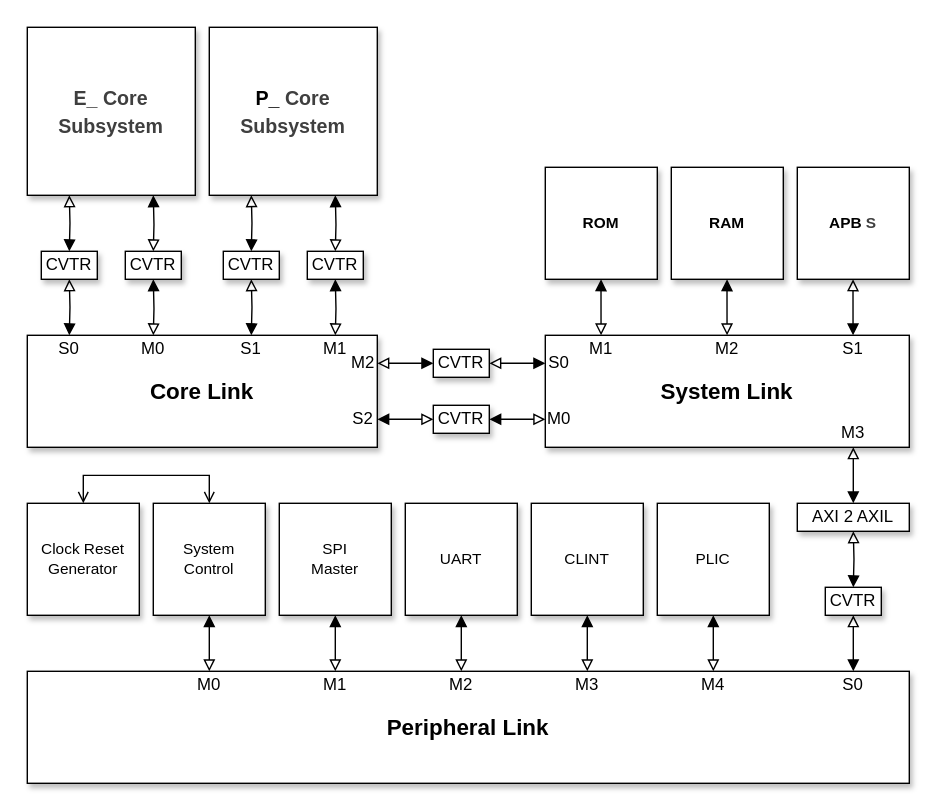
The draw.io diagram document/svg/detailed_architecture.drawio.svg in TecknozBD/Hyper-Titan, before a commit. Source tidied: cells renumbered, new cells last; positions are measured from the earlier drawing's top-left corner, leaving out a move shared by most shapes.
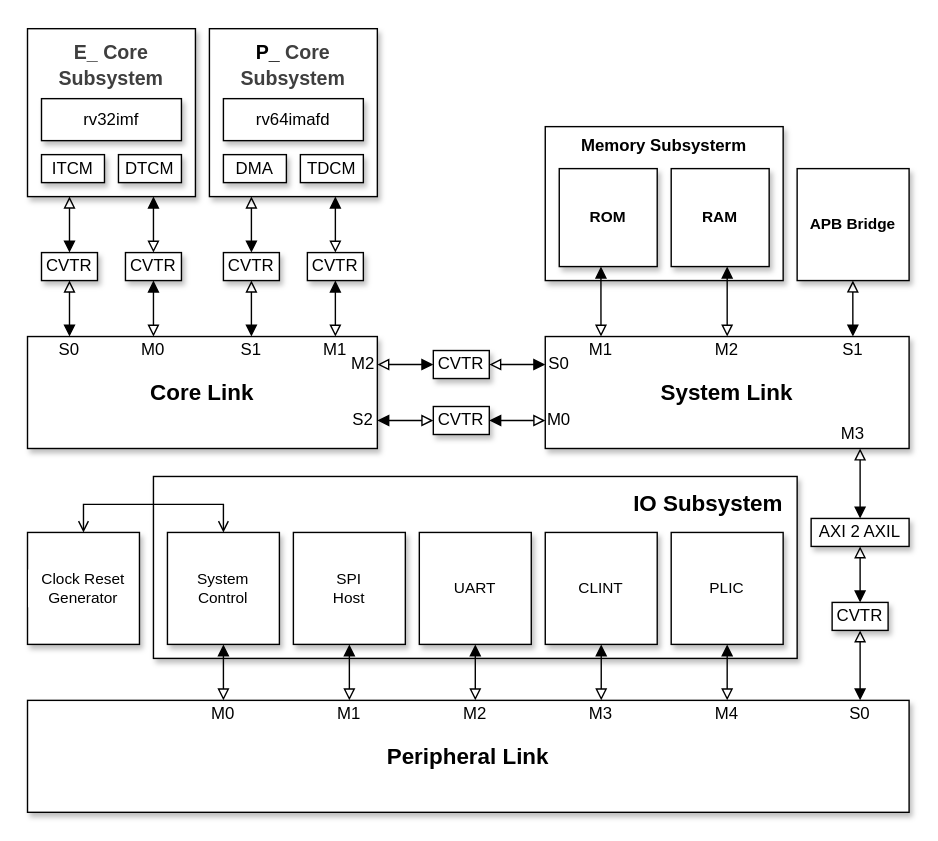
Later version of the same file.

What changed in the source:
```diff
@@ -5,5 +5,11 @@
     <mxCell id="2" style="rounded=0;whiteSpace=wrap;html=1;fontFamily=Helvetica;fontSize=11;fontColor=default;labelBackgroundColor=default;strokeColor=none;" parent="1" vertex="1">
-      <mxGeometry width="670" height="580" as="geometry" />
+      <mxGeometry width="670" height="600" as="geometry" />
     </mxCell>
     <mxCell id="3" value="Main" parent="0" />
+    <mxCell id="68" value="IO Subsystem" style="whiteSpace=wrap;html=1;shadow=1;fontStyle=1;verticalAlign=top;fontSize=16;align=right;spacing=0;spacingTop=5;spacingRight=10;" parent="3" vertex="1">
+      <mxGeometry x="110" y="340" width="460" height="130" as="geometry" />
+    </mxCell>
+    <mxCell id="69" value="Memory Subsysterm" style="whiteSpace=wrap;html=1;fontStyle=1;verticalAlign=top;shadow=1;" parent="3" vertex="1">
+      <mxGeometry x="390" y="90" width="170" height="110" as="geometry" />
+    </mxCell>
     <mxCell id="4" value="Core Link" style="rounded=0;whiteSpace=wrap;html=1;fontFamily=Helvetica;fontSize=16;fontColor=default;labelBackgroundColor=default;fontStyle=1;shadow=1;" parent="3" vertex="1">
@@ -11,6 +17,6 @@
     </mxCell>
-    <mxCell id="5" value="&lt;div style=&quot;color: rgb(63, 63, 63); scrollbar-color: rgb(226, 226, 226) rgb(251, 251, 251); font-size: 16px;&quot;&gt;&lt;span style=&quot;color: rgb(63, 63, 63); scrollbar-color: rgb(226, 226, 226) rgb(251, 251, 251); font-size: 14px;&quot;&gt;E_&lt;/span&gt;&lt;span style=&quot;scrollbar-color: rgb(226, 226, 226) rgb(251, 251, 251); font-size: 14px; background-color: transparent; color: rgb(63, 63, 63);&quot;&gt;Core&lt;/span&gt;&lt;/div&gt;&lt;div style=&quot;color: rgb(63, 63, 63); scrollbar-color: rgb(226, 226, 226) rgb(251, 251, 251); font-size: 16px;&quot;&gt;&lt;span style=&quot;scrollbar-color: rgb(226, 226, 226) rgb(251, 251, 251); font-size: 14px; background-color: transparent; color: rgb(63, 63, 63);&quot;&gt;Subsystem&lt;/span&gt;&lt;/div&gt;" style="rounded=0;whiteSpace=wrap;html=1;fontStyle=1;fontSize=13;shadow=1;" parent="3" vertex="1">
+    <mxCell id="5" value="&lt;div style=&quot;color: rgb(63, 63, 63); scrollbar-color: rgb(226, 226, 226) rgb(251, 251, 251); font-size: 16px;&quot;&gt;&lt;span style=&quot;color: rgb(63, 63, 63); scrollbar-color: rgb(226, 226, 226) rgb(251, 251, 251); font-size: 14px;&quot;&gt;E_&lt;/span&gt;&lt;span style=&quot;scrollbar-color: rgb(226, 226, 226) rgb(251, 251, 251); font-size: 14px; background-color: transparent; color: rgb(63, 63, 63);&quot;&gt;Core&lt;/span&gt;&lt;/div&gt;&lt;div style=&quot;color: rgb(63, 63, 63); scrollbar-color: rgb(226, 226, 226) rgb(251, 251, 251); font-size: 16px;&quot;&gt;&lt;span style=&quot;scrollbar-color: rgb(226, 226, 226) rgb(251, 251, 251); font-size: 14px; background-color: transparent; color: rgb(63, 63, 63);&quot;&gt;Subsystem&lt;/span&gt;&lt;/div&gt;" style="rounded=0;whiteSpace=wrap;html=1;fontStyle=1;fontSize=13;shadow=1;verticalAlign=top;" parent="3" vertex="1">
       <mxGeometry x="20" y="20" width="120" height="120" as="geometry" />
     </mxCell>
-    <mxCell id="6" value="&lt;div&gt;&lt;span style=&quot;font-size: 14px;&quot;&gt;P_&lt;/span&gt;&lt;span style=&quot;color: rgb(63, 63, 63); font-size: 14px; background-color: transparent;&quot;&gt;Core&lt;/span&gt;&lt;/div&gt;&lt;div&gt;&lt;span style=&quot;color: rgb(63, 63, 63); font-size: 14px; background-color: transparent;&quot;&gt;Subsystem&lt;/span&gt;&lt;/div&gt;" style="rounded=0;whiteSpace=wrap;html=1;fontStyle=1;fontSize=16;shadow=1;" parent="3" vertex="1">
+    <mxCell id="6" value="&lt;div&gt;&lt;span style=&quot;font-size: 14px;&quot;&gt;P_&lt;/span&gt;&lt;span style=&quot;color: rgb(63, 63, 63); font-size: 14px; background-color: transparent;&quot;&gt;Core&lt;/span&gt;&lt;/div&gt;&lt;div&gt;&lt;span style=&quot;color: rgb(63, 63, 63); font-size: 14px; background-color: transparent;&quot;&gt;Subsystem&lt;/span&gt;&lt;/div&gt;" style="rounded=0;whiteSpace=wrap;html=1;fontStyle=1;fontSize=16;shadow=1;verticalAlign=top;" parent="3" vertex="1">
       <mxGeometry x="150" y="20" width="120" height="120" as="geometry" />
@@ -29,3 +35,3 @@
     </mxCell>
-    <mxCell id="11" style="edgeStyle=orthogonalEdgeStyle;rounded=0;orthogonalLoop=1;jettySize=auto;html=1;endArrow=block;endFill=0;startArrow=block;startFill=1;" parent="3" edge="1">
+    <mxCell id="11" style="rounded=0;orthogonalLoop=1;jettySize=auto;html=1;endArrow=block;endFill=0;startArrow=block;startFill=1;" parent="3" edge="1">
       <mxGeometry relative="1" as="geometry">
@@ -35,3 +41,3 @@
     </mxCell>
-    <mxCell id="12" style="edgeStyle=orthogonalEdgeStyle;rounded=0;orthogonalLoop=1;jettySize=auto;html=1;endArrow=block;endFill=0;startArrow=block;startFill=1;" parent="3" edge="1">
+    <mxCell id="12" style="rounded=0;orthogonalLoop=1;jettySize=auto;html=1;endArrow=block;endFill=0;startArrow=block;startFill=1;" parent="3" edge="1">
       <mxGeometry relative="1" as="geometry">
@@ -42,11 +48,9 @@
     <mxCell id="13" value="RAM" style="rounded=0;whiteSpace=wrap;html=1;fontFamily=Helvetica;fontSize=11;fontColor=default;labelBackgroundColor=default;shadow=1;fontStyle=1;" parent="3" vertex="1">
-      <mxGeometry x="480" y="120" width="80" height="80" as="geometry" />
+      <mxGeometry x="480" y="120" width="70" height="70" as="geometry" />
     </mxCell>
-    <mxCell id="14" style="edgeStyle=orthogonalEdgeStyle;rounded=0;orthogonalLoop=1;jettySize=auto;html=1;endArrow=block;endFill=0;startArrow=block;startFill=1;" parent="3" edge="1">
+    <mxCell id="14" style="edgeStyle=orthogonalEdgeStyle;rounded=0;jettySize=auto;html=1;endArrow=block;endFill=0;startArrow=block;startFill=1;" parent="3" edge="1" source="13" target="10">
       <mxGeometry relative="1" as="geometry">
-        <mxPoint x="519.8" y="200" as="sourcePoint" />
-        <mxPoint x="519.8" y="240" as="targetPoint" />
         <Array as="points">
-          <mxPoint x="519.8" y="210" />
-          <mxPoint x="519.8" y="210" />
+          <mxPoint x="520" y="200" />
+          <mxPoint x="520" y="200" />
         </Array>
@@ -55,11 +59,9 @@
     <mxCell id="15" value="ROM" style="rounded=0;whiteSpace=wrap;html=1;fontFamily=Helvetica;fontSize=11;fontColor=default;labelBackgroundColor=default;shadow=1;fontStyle=1;" parent="3" vertex="1">
-      <mxGeometry x="390" y="120" width="80" height="80" as="geometry" />
+      <mxGeometry x="400" y="120" width="70" height="70" as="geometry" />
     </mxCell>
-    <mxCell id="16" style="edgeStyle=orthogonalEdgeStyle;rounded=0;orthogonalLoop=1;jettySize=auto;html=1;endArrow=block;endFill=0;startArrow=block;startFill=1;" parent="3" edge="1">
+    <mxCell id="16" style="edgeStyle=orthogonalEdgeStyle;rounded=0;jettySize=auto;html=1;endArrow=block;endFill=0;startArrow=block;startFill=1;" parent="3" edge="1" source="15">
       <mxGeometry relative="1" as="geometry">
-        <mxPoint x="429.8" y="200" as="sourcePoint" />
         <mxPoint x="429.8" y="240" as="targetPoint" />
         <Array as="points">
-          <mxPoint x="429.8" y="210" />
-          <mxPoint x="429.8" y="210" />
+          <mxPoint x="430" y="215" />
         </Array>
@@ -68,15 +70,8 @@
     <mxCell id="17" value="Peripheral Link" style="rounded=0;whiteSpace=wrap;html=1;fontFamily=Helvetica;fontSize=16;fontColor=default;labelBackgroundColor=default;fontStyle=1;shadow=1;" parent="3" vertex="1">
-      <mxGeometry x="20" y="480" width="630" height="80" as="geometry" />
+      <mxGeometry x="20" y="500" width="630" height="80" as="geometry" />
     </mxCell>
-    <mxCell id="18" style="edgeStyle=orthogonalEdgeStyle;rounded=0;orthogonalLoop=1;jettySize=auto;html=1;endArrow=block;endFill=0;startArrow=block;startFill=1;" parent="3" edge="1">
-      <mxGeometry relative="1" as="geometry">
-        <mxPoint x="610" y="360" as="sourcePoint" />
-        <mxPoint x="610" y="320" as="targetPoint" />
-        <Array as="points">
-          <mxPoint x="610" y="330" />
-          <mxPoint x="610" y="330" />
-        </Array>
-      </mxGeometry>
+    <mxCell id="18" style="rounded=0;jettySize=auto;html=1;endArrow=block;endFill=0;startArrow=block;startFill=1;entryX=0.75;entryY=1;entryDx=0;entryDy=0;" parent="3" edge="1" source="28" target="61">
+      <mxGeometry relative="1" as="geometry" />
     </mxCell>
-    <mxCell id="19" value="&lt;b&gt;APB&amp;nbsp;&lt;/b&gt;&lt;b style=&quot;color: rgb(63, 63, 63); background-color: light-dark(#ffffff, var(--ge-dark-color, #121212));&quot;&gt;S&lt;/b&gt;" style="rounded=0;whiteSpace=wrap;html=1;fontFamily=Helvetica;fontSize=11;fontColor=default;labelBackgroundColor=default;shadow=1;" parent="3" vertex="1">
+    <mxCell id="19" value="&lt;b&gt;APB Bridge&lt;/b&gt;" style="rounded=0;whiteSpace=wrap;html=1;fontFamily=Helvetica;fontSize=11;fontColor=default;labelBackgroundColor=default;shadow=1;" parent="3" vertex="1">
       <mxGeometry x="570" y="120" width="80" height="80" as="geometry" />
@@ -93,10 +88,10 @@
     </mxCell>
-    <mxCell id="21" value="SPI&lt;div&gt;Master&lt;/div&gt;" style="rounded=0;whiteSpace=wrap;html=1;fontFamily=Helvetica;fontSize=11;fontColor=default;labelBackgroundColor=default;shadow=1;" parent="3" vertex="1">
-      <mxGeometry x="200" y="360" width="80" height="80" as="geometry" />
+    <mxCell id="21" value="SPI&lt;div&gt;Host&lt;/div&gt;" style="rounded=0;whiteSpace=wrap;html=1;fontFamily=Helvetica;fontSize=11;fontColor=default;labelBackgroundColor=default;shadow=1;" parent="3" vertex="1">
+      <mxGeometry x="210" y="380" width="80" height="80" as="geometry" />
     </mxCell>
     <mxCell id="22" value="UART" style="rounded=0;whiteSpace=wrap;html=1;fontFamily=Helvetica;fontSize=11;fontColor=default;labelBackgroundColor=default;shadow=1;" parent="3" vertex="1">
-      <mxGeometry x="290" y="360" width="80" height="80" as="geometry" />
+      <mxGeometry x="300" y="380" width="80" height="80" as="geometry" />
     </mxCell>
     <mxCell id="23" value="Clock Reset Generator" style="rounded=0;whiteSpace=wrap;html=1;fontFamily=Helvetica;fontSize=11;fontColor=default;labelBackgroundColor=default;shadow=1;" parent="3" vertex="1">
-      <mxGeometry x="20" y="360" width="80" height="80" as="geometry" />
+      <mxGeometry x="20" y="380" width="80" height="80" as="geometry" />
     </mxCell>
@@ -104,7 +99,7 @@
       <mxGeometry relative="1" as="geometry">
-        <mxPoint x="240" y="440" as="sourcePoint" />
-        <mxPoint x="240" y="480" as="targetPoint" />
+        <mxPoint x="250" y="460" as="sourcePoint" />
+        <mxPoint x="250" y="500" as="targetPoint" />
         <Array as="points">
-          <mxPoint x="240" y="450" />
-          <mxPoint x="240" y="450" />
+          <mxPoint x="250" y="470" />
+          <mxPoint x="250" y="470" />
         </Array>
@@ -114,7 +109,7 @@
       <mxGeometry relative="1" as="geometry">
-        <mxPoint x="330" y="440" as="sourcePoint" />
-        <mxPoint x="330" y="480" as="targetPoint" />
+        <mxPoint x="340" y="460" as="sourcePoint" />
+        <mxPoint x="340" y="500" as="targetPoint" />
         <Array as="points">
-          <mxPoint x="330" y="450" />
-          <mxPoint x="330" y="450" />
+          <mxPoint x="340" y="470" />
+          <mxPoint x="340" y="470" />
         </Array>
@@ -123,21 +118,13 @@
     <mxCell id="26" value="&lt;span style=&quot;color: rgb(0, 0, 0);&quot;&gt;CVTR&lt;/span&gt;" style="rounded=0;whiteSpace=wrap;html=1;shadow=1;" parent="3" vertex="1">
-      <mxGeometry x="590" y="420" width="40" height="20" as="geometry" />
+      <mxGeometry x="595" y="430" width="40" height="20" as="geometry" />
     </mxCell>
-    <mxCell id="27" style="edgeStyle=orthogonalEdgeStyle;rounded=0;orthogonalLoop=1;jettySize=auto;html=1;endArrow=block;endFill=0;startArrow=block;startFill=1;" parent="3" edge="1">
-      <mxGeometry relative="1" as="geometry">
-        <mxPoint x="610" y="420" as="sourcePoint" />
-        <mxPoint x="610" y="380" as="targetPoint" />
-      </mxGeometry>
+    <mxCell id="27" style="rounded=0;jettySize=auto;html=1;endArrow=block;endFill=0;startArrow=block;startFill=1;" parent="3" edge="1" source="26" target="28">
+      <mxGeometry relative="1" as="geometry" />
     </mxCell>
     <mxCell id="28" value="AXI 2 AXIL" style="rounded=0;whiteSpace=wrap;html=1;shadow=1;" parent="3" vertex="1">
-      <mxGeometry x="570" y="360" width="80" height="20" as="geometry" />
+      <mxGeometry x="580" y="370" width="70" height="20" as="geometry" />
     </mxCell>
-    <mxCell id="29" style="edgeStyle=orthogonalEdgeStyle;rounded=0;orthogonalLoop=1;jettySize=auto;html=1;endArrow=block;endFill=0;startArrow=block;startFill=1;" parent="3" edge="1">
+    <mxCell id="29" style="rounded=0;jettySize=auto;html=1;endArrow=block;endFill=0;startArrow=block;startFill=1;" parent="3" edge="1" target="26">
       <mxGeometry relative="1" as="geometry">
-        <mxPoint x="610" y="480" as="sourcePoint" />
-        <mxPoint x="610" y="440" as="targetPoint" />
-        <Array as="points">
-          <mxPoint x="610" y="450" />
-          <mxPoint x="610" y="450" />
-        </Array>
+        <mxPoint x="615" y="500" as="sourcePoint" />
       </mxGeometry>
@@ -159,4 +146,4 @@
         <Array as="points">
-          <mxPoint x="150" y="340" />
-          <mxPoint x="60" y="340" />
+          <mxPoint x="160" y="360" />
+          <mxPoint x="60" y="360" />
         </Array>
@@ -165,3 +152,3 @@
     <mxCell id="35" value="System&lt;div&gt;Control&lt;/div&gt;" style="rounded=0;whiteSpace=wrap;html=1;fontFamily=Helvetica;fontSize=11;fontColor=default;labelBackgroundColor=default;shadow=1;" parent="3" vertex="1">
-      <mxGeometry x="110" y="360" width="80" height="80" as="geometry" />
+      <mxGeometry x="120" y="380" width="80" height="80" as="geometry" />
     </mxCell>
@@ -169,7 +156,7 @@
       <mxGeometry relative="1" as="geometry">
-        <mxPoint x="150" y="440" as="sourcePoint" />
-        <mxPoint x="150" y="480" as="targetPoint" />
+        <mxPoint x="160" y="460" as="sourcePoint" />
+        <mxPoint x="160" y="500" as="targetPoint" />
         <Array as="points">
-          <mxPoint x="150" y="450" />
-          <mxPoint x="150" y="450" />
+          <mxPoint x="160" y="470" />
+          <mxPoint x="160" y="470" />
         </Array>
@@ -180,3 +167,3 @@
     </mxCell>
-    <mxCell id="38" style="edgeStyle=orthogonalEdgeStyle;rounded=0;orthogonalLoop=1;jettySize=auto;html=1;endArrow=block;endFill=0;startArrow=block;startFill=1;" parent="3" edge="1">
+    <mxCell id="38" style="rounded=0;orthogonalLoop=1;jettySize=auto;html=1;endArrow=block;endFill=0;startArrow=block;startFill=1;" parent="3" edge="1">
       <mxGeometry relative="1" as="geometry">
@@ -186,3 +173,3 @@
     </mxCell>
-    <mxCell id="39" style="edgeStyle=orthogonalEdgeStyle;rounded=0;orthogonalLoop=1;jettySize=auto;html=1;endArrow=block;endFill=0;startArrow=block;startFill=1;" parent="3" edge="1">
+    <mxCell id="39" style="rounded=0;orthogonalLoop=1;jettySize=auto;html=1;endArrow=block;endFill=0;startArrow=block;startFill=1;" parent="3" edge="1">
       <mxGeometry relative="1" as="geometry">
@@ -195,3 +182,3 @@
     </mxCell>
-    <mxCell id="41" style="edgeStyle=orthogonalEdgeStyle;rounded=0;orthogonalLoop=1;jettySize=auto;html=1;endArrow=block;endFill=0;startArrow=block;startFill=1;" parent="3" edge="1">
+    <mxCell id="41" style="rounded=0;orthogonalLoop=1;jettySize=auto;html=1;endArrow=block;endFill=0;startArrow=block;startFill=1;" parent="3" edge="1">
       <mxGeometry relative="1" as="geometry">
@@ -201,3 +188,3 @@
     </mxCell>
-    <mxCell id="42" style="edgeStyle=orthogonalEdgeStyle;rounded=0;orthogonalLoop=1;jettySize=auto;html=1;endArrow=block;endFill=0;startArrow=block;startFill=1;" parent="3" edge="1">
+    <mxCell id="42" style="rounded=0;orthogonalLoop=1;jettySize=auto;html=1;endArrow=block;endFill=0;startArrow=block;startFill=1;" parent="3" edge="1">
       <mxGeometry relative="1" as="geometry">
@@ -210,3 +197,3 @@
     </mxCell>
-    <mxCell id="44" style="edgeStyle=orthogonalEdgeStyle;rounded=0;orthogonalLoop=1;jettySize=auto;html=1;endArrow=block;endFill=0;startArrow=block;startFill=1;" parent="3" edge="1">
+    <mxCell id="44" style="rounded=0;orthogonalLoop=1;jettySize=auto;html=1;endArrow=block;endFill=0;startArrow=block;startFill=1;" parent="3" edge="1">
       <mxGeometry relative="1" as="geometry">
@@ -216,3 +203,3 @@
     </mxCell>
-    <mxCell id="45" style="edgeStyle=orthogonalEdgeStyle;rounded=0;orthogonalLoop=1;jettySize=auto;html=1;endArrow=block;endFill=0;startArrow=block;startFill=1;" parent="3" edge="1">
+    <mxCell id="45" style="rounded=0;orthogonalLoop=1;jettySize=auto;html=1;endArrow=block;endFill=0;startArrow=block;startFill=1;" parent="3" edge="1">
       <mxGeometry relative="1" as="geometry">
@@ -223,3 +210,3 @@
     <mxCell id="46" value="CLINT" style="rounded=0;whiteSpace=wrap;html=1;fontFamily=Helvetica;fontSize=11;fontColor=default;labelBackgroundColor=default;shadow=1;" parent="3" vertex="1">
-      <mxGeometry x="380" y="360" width="80" height="80" as="geometry" />
+      <mxGeometry x="390" y="380" width="80" height="80" as="geometry" />
     </mxCell>
@@ -227,7 +214,7 @@
       <mxGeometry relative="1" as="geometry">
-        <mxPoint x="420" y="440" as="sourcePoint" />
-        <mxPoint x="420" y="480" as="targetPoint" />
+        <mxPoint x="430" y="460" as="sourcePoint" />
+        <mxPoint x="430" y="500" as="targetPoint" />
         <Array as="points">
-          <mxPoint x="420" y="450" />
-          <mxPoint x="420" y="450" />
+          <mxPoint x="430" y="470" />
+          <mxPoint x="430" y="470" />
         </Array>
@@ -236,3 +223,3 @@
     <mxCell id="48" value="PLIC" style="rounded=0;whiteSpace=wrap;html=1;fontFamily=Helvetica;fontSize=11;fontColor=default;labelBackgroundColor=default;shadow=1;" parent="3" vertex="1">
-      <mxGeometry x="470" y="360" width="80" height="80" as="geometry" />
+      <mxGeometry x="480" y="380" width="80" height="80" as="geometry" />
     </mxCell>
@@ -240,7 +227,7 @@
       <mxGeometry relative="1" as="geometry">
-        <mxPoint x="510" y="440" as="sourcePoint" />
-        <mxPoint x="510" y="480" as="targetPoint" />
+        <mxPoint x="520" y="460" as="sourcePoint" />
+        <mxPoint x="520" y="500" as="targetPoint" />
         <Array as="points">
-          <mxPoint x="510" y="450" />
-          <mxPoint x="510" y="450" />
+          <mxPoint x="520" y="470" />
+          <mxPoint x="520" y="470" />
         </Array>
@@ -285,19 +272,37 @@
     <mxCell id="62" value="S0" style="text;html=1;whiteSpace=wrap;strokeColor=none;fillColor=none;align=center;verticalAlign=middle;rounded=0;" parent="3" vertex="1">
-      <mxGeometry x="600" y="480" width="20" height="20" as="geometry" />
+      <mxGeometry x="605" y="500" width="20" height="20" as="geometry" />
     </mxCell>
     <mxCell id="63" value="M0" style="text;html=1;whiteSpace=wrap;strokeColor=none;fillColor=none;align=center;verticalAlign=middle;rounded=0;" parent="3" vertex="1">
-      <mxGeometry x="140" y="480" width="20" height="20" as="geometry" />
+      <mxGeometry x="150" y="500" width="20" height="20" as="geometry" />
     </mxCell>
     <mxCell id="64" value="M1" style="text;html=1;whiteSpace=wrap;strokeColor=none;fillColor=none;align=center;verticalAlign=middle;rounded=0;" parent="3" vertex="1">
-      <mxGeometry x="230" y="480" width="20" height="20" as="geometry" />
+      <mxGeometry x="240" y="500" width="20" height="20" as="geometry" />
     </mxCell>
     <mxCell id="65" value="M2" style="text;html=1;whiteSpace=wrap;strokeColor=none;fillColor=none;align=center;verticalAlign=middle;rounded=0;" parent="3" vertex="1">
-      <mxGeometry x="320" y="480" width="20" height="20" as="geometry" />
+      <mxGeometry x="330" y="500" width="20" height="20" as="geometry" />
     </mxCell>
     <mxCell id="66" value="M3" style="text;html=1;whiteSpace=wrap;strokeColor=none;fillColor=none;align=center;verticalAlign=middle;rounded=0;" parent="3" vertex="1">
-      <mxGeometry x="410" y="480" width="20" height="20" as="geometry" />
+      <mxGeometry x="420" y="500" width="20" height="20" as="geometry" />
     </mxCell>
     <mxCell id="67" value="M4" style="text;html=1;whiteSpace=wrap;strokeColor=none;fillColor=none;align=center;verticalAlign=middle;rounded=0;" parent="3" vertex="1">
-      <mxGeometry x="500" y="480" width="20" height="20" as="geometry" />
+      <mxGeometry x="510" y="500" width="20" height="20" as="geometry" />
     </mxCell>
+    <mxCell id="70" value="ITCM" style="whiteSpace=wrap;html=1;shadow=1;" parent="3" vertex="1">
+      <mxGeometry x="30" y="110" width="45" height="20" as="geometry" />
+    </mxCell>
+    <mxCell id="71" value="DTCM" style="whiteSpace=wrap;html=1;shadow=1;" parent="3" vertex="1">
+      <mxGeometry x="85" y="110" width="45" height="20" as="geometry" />
+    </mxCell>
+    <mxCell id="72" value="DMA" style="whiteSpace=wrap;html=1;shadow=1;" parent="3" vertex="1">
+      <mxGeometry x="160" y="110" width="45" height="20" as="geometry" />
+    </mxCell>
+    <mxCell id="73" value="TDCM" style="whiteSpace=wrap;html=1;shadow=1;" parent="3" vertex="1">
+      <mxGeometry x="215" y="110" width="45" height="20" as="geometry" />
+    </mxCell>
+    <mxCell id="74" value="rv32imf" style="whiteSpace=wrap;html=1;shadow=1;" parent="3" vertex="1">
+      <mxGeometry x="30" y="70" width="100" height="30" as="geometry" />
+    </mxCell>
+    <mxCell id="75" value="rv64imafd" style="whiteSpace=wrap;html=1;shadow=1;" parent="3" vertex="1">
+      <mxGeometry x="160" y="70" width="100" height="30" as="geometry" />
+    </mxCell>
   </root>
```
